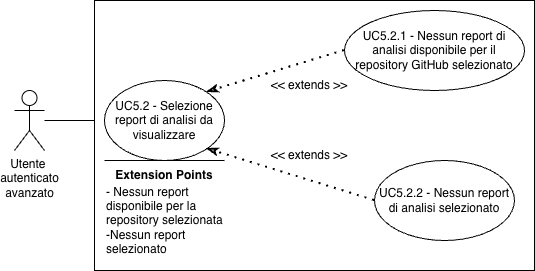
The draw.io diagram assets/diagrams/UC5_2.png in SkarabGroup/DocumentazioneProgetto, before a commit. Source tidied: cells renumbered, new cells last; positions are measured from the earlier drawing's top-left corner, leaving out a move shared by most shapes. The source it was exported from:
```xml
<mxGraphModel>
  <root>
    <mxCell id="0" />
    <mxCell id="1" parent="0" />
    <mxCell id="2" value="Utente&amp;nbsp;&lt;div&gt;autenticato&lt;/div&gt;&lt;div&gt;avanzato&lt;/div&gt;" style="shape=umlActor;verticalLabelPosition=bottom;verticalAlign=top;html=1;outlineConnect=0;" parent="1" vertex="1">
      <mxGeometry y="90" width="30" height="60" as="geometry" />
    </mxCell>
    <mxCell id="3" style="endArrow=none;html=1;rounded=0;entryX=0;entryY=0.5;entryDx=0;entryDy=0;" parent="1" edge="1" source="2">
      <mxGeometry relative="1" as="geometry">
        <mxPoint x="90" y="120" as="targetPoint" />
      </mxGeometry>
    </mxCell>
    <mxCell id="4" style="rounded=0;whiteSpace=wrap;html=1;" parent="1" vertex="1">
      <mxGeometry x="80" width="440" height="270" as="geometry" />
    </mxCell>
    <mxCell id="5" value="UC5.2 - Selezione report di analisi da visualizzare" style="ellipse;whiteSpace=wrap;html=1;" parent="1" vertex="1">
      <mxGeometry x="90" y="80" width="120" height="80" as="geometry" />
    </mxCell>
    <mxCell id="6" value="UC5.2.1 - Nessun report di analisi disponibile per il repository GitHub selezionato" style="ellipse;whiteSpace=wrap;html=1;" parent="1" vertex="1">
      <mxGeometry x="330" y="10" width="180" height="80" as="geometry" />
    </mxCell>
    <mxCell id="7" style="endArrow=classicThin;dashed=1;html=1;dashPattern=1 3;strokeWidth=2;rounded=0;entryX=1;entryY=0;entryDx=0;entryDy=0;exitX=0;exitY=0.5;exitDx=0;exitDy=0;endFill=0;startArrow=none;startFill=0;" parent="1" edge="1" source="6" target="5">
      <mxGeometry relative="1" as="geometry" />
    </mxCell>
    <mxCell id="8" value="&amp;lt;&amp;lt; extends &amp;gt;&amp;gt;" style="text;html=1;whiteSpace=wrap;strokeColor=none;fillColor=none;align=center;verticalAlign=middle;rounded=0;" parent="1" vertex="1">
      <mxGeometry x="250" y="70" width="90" height="30" as="geometry" />
    </mxCell>
    <mxCell id="9" value="&lt;b&gt;Extension Points&lt;/b&gt;" style="text;html=1;whiteSpace=wrap;strokeColor=none;fillColor=none;align=center;verticalAlign=middle;rounded=0;" parent="1" vertex="1">
      <mxGeometry x="90" y="160" width="120" height="30" as="geometry" />
    </mxCell>
    <mxCell id="10" style="endArrow=none;html=1;rounded=0;" parent="1" edge="1">
      <mxGeometry relative="1" as="geometry">
        <mxPoint x="90" y="160" as="sourcePoint" />
        <mxPoint x="210" y="160" as="targetPoint" />
      </mxGeometry>
    </mxCell>
    <mxCell id="11" value="- Nessun report disponibile per la repository selezionata&lt;div&gt;-Nessun report selezionato&lt;/div&gt;" style="text;html=1;whiteSpace=wrap;strokeColor=none;fillColor=none;align=left;verticalAlign=middle;rounded=0;" parent="1" vertex="1">
      <mxGeometry x="90" y="190" width="140" height="60" as="geometry" />
    </mxCell>
    <mxCell id="12" value="UC5.2.2 - Nessun report di analisi selezionato" style="ellipse;whiteSpace=wrap;html=1;" parent="1" vertex="1">
      <mxGeometry x="360" y="160" width="140" height="80" as="geometry" />
    </mxCell>
    <mxCell id="13" style="endArrow=classicThin;dashed=1;html=1;dashPattern=1 3;strokeWidth=2;rounded=0;entryX=1;entryY=1;entryDx=0;entryDy=0;endFill=0;startArrow=none;startFill=0;exitX=0;exitY=0.5;exitDx=0;exitDy=0;" parent="1" edge="1" source="12" target="5">
      <mxGeometry relative="1" as="geometry" />
    </mxCell>
    <mxCell id="14" value="&amp;lt;&amp;lt; extends &amp;gt;&amp;gt;" style="text;html=1;whiteSpace=wrap;strokeColor=none;fillColor=none;align=center;verticalAlign=middle;rounded=0;" parent="1" vertex="1">
      <mxGeometry x="250" y="140" width="90" height="30" as="geometry" />
    </mxCell>
  </root>
</mxGraphModel>
```
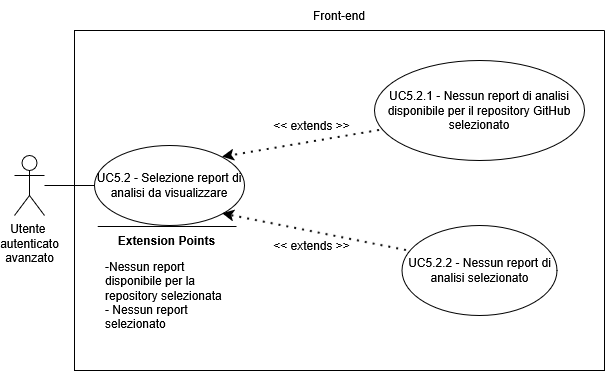
Above is the later version.

Change to the diagram source:
```diff
@@ -2,49 +2,50 @@
   <root>
     <mxCell id="0" />
     <mxCell id="1" parent="0" />
-    <mxCell id="2" value="Utente&amp;nbsp;&lt;div&gt;autenticato&lt;/div&gt;&lt;div&gt;avanzato&lt;/div&gt;" style="shape=umlActor;verticalLabelPosition=bottom;verticalAlign=top;html=1;outlineConnect=0;" parent="1" vertex="1">
+    <mxCell id="2" value="&lt;div&gt;Utente&amp;nbsp;&lt;/div&gt;&lt;div&gt;autenticato&lt;/div&gt;&lt;div&gt;avanzato&lt;/div&gt;" style="shape=umlActor;verticalLabelPosition=bottom;verticalAlign=top;html=1;outlineConnect=0;" parent="1" vertex="1">
       <mxGeometry y="90" width="30" height="60" as="geometry" />
     </mxCell>
-    <mxCell id="3" style="endArrow=none;html=1;rounded=0;entryX=0;entryY=0.5;entryDx=0;entryDy=0;" parent="1" edge="1" source="2">
-      <mxGeometry relative="1" as="geometry">
-        <mxPoint x="90" y="120" as="targetPoint" />
-      </mxGeometry>
-    </mxCell>
-    <mxCell id="4" style="rounded=0;whiteSpace=wrap;html=1;" parent="1" vertex="1">
-      <mxGeometry x="80" width="440" height="270" as="geometry" />
-    </mxCell>
+    <mxCell id="15" style="swimlane;startSize=0;" parent="1" vertex="1">
+      <mxGeometry x="60" y="-35" width="530" height="340" as="geometry" />
+    </mxCell>
-    <mxCell id="5" value="UC5.2 - Selezione report di analisi da visualizzare" style="ellipse;whiteSpace=wrap;html=1;" parent="1" vertex="1">
-      <mxGeometry x="90" y="80" width="120" height="80" as="geometry" />
+    <mxCell id="5" value="UC5.2 - Selezione report di analisi da visualizzare" style="ellipse;whiteSpace=wrap;html=1;" parent="15" vertex="1">
+      <mxGeometry x="20" y="115" width="150" height="80" as="geometry" />
     </mxCell>
-    <mxCell id="6" value="UC5.2.1 - Nessun report di analisi disponibile per il repository GitHub selezionato" style="ellipse;whiteSpace=wrap;html=1;" parent="1" vertex="1">
-      <mxGeometry x="330" y="10" width="180" height="80" as="geometry" />
+    <mxCell id="6" value="UC5.2.1 - Nessun report di analisi disponibile per il repository GitHub selezionato" style="ellipse;whiteSpace=wrap;html=1;" parent="15" vertex="1">
+      <mxGeometry x="300" y="30" width="210" height="100" as="geometry" />
     </mxCell>
-    <mxCell id="7" style="endArrow=classicThin;dashed=1;html=1;dashPattern=1 3;strokeWidth=2;rounded=0;entryX=1;entryY=0;entryDx=0;entryDy=0;exitX=0;exitY=0.5;exitDx=0;exitDy=0;endFill=0;startArrow=none;startFill=0;" parent="1" edge="1" source="6" target="5">
+    <mxCell id="7" style="endArrow=classic;dashed=1;html=1;dashPattern=1 3;strokeWidth=2;rounded=0;entryX=1;entryY=0;entryDx=0;entryDy=0;exitX=0.024;exitY=0.7;exitDx=0;exitDy=0;strokeColor=default;curved=0;endFill=1;endSize=6;exitPerimeter=0;" parent="15" edge="1" source="6" target="5">
       <mxGeometry relative="1" as="geometry" />
     </mxCell>
-    <mxCell id="8" value="&amp;lt;&amp;lt; extends &amp;gt;&amp;gt;" style="text;html=1;whiteSpace=wrap;strokeColor=none;fillColor=none;align=center;verticalAlign=middle;rounded=0;" parent="1" vertex="1">
-      <mxGeometry x="250" y="70" width="90" height="30" as="geometry" />
-    </mxCell>
-    <mxCell id="9" value="&lt;b&gt;Extension Points&lt;/b&gt;" style="text;html=1;whiteSpace=wrap;strokeColor=none;fillColor=none;align=center;verticalAlign=middle;rounded=0;" parent="1" vertex="1">
-      <mxGeometry x="90" y="160" width="120" height="30" as="geometry" />
-    </mxCell>
-    <mxCell id="10" style="endArrow=none;html=1;rounded=0;" parent="1" edge="1">
-      <mxGeometry relative="1" as="geometry">
-        <mxPoint x="90" y="160" as="sourcePoint" />
-        <mxPoint x="210" y="160" as="targetPoint" />
-      </mxGeometry>
-    </mxCell>
-    <mxCell id="11" value="- Nessun report disponibile per la repository selezionata&lt;div&gt;-Nessun report selezionato&lt;/div&gt;" style="text;html=1;whiteSpace=wrap;strokeColor=none;fillColor=none;align=left;verticalAlign=middle;rounded=0;" parent="1" vertex="1">
-      <mxGeometry x="90" y="190" width="140" height="60" as="geometry" />
-    </mxCell>
+    <mxCell id="16" value="&lt;div&gt;&amp;lt;&amp;lt; extends &amp;gt;&amp;gt;&lt;/div&gt;" style="text;html=1;whiteSpace=wrap;strokeColor=none;fillColor=none;align=center;verticalAlign=middle;rounded=0;" parent="15" vertex="1">
+      <mxGeometry x="190" y="80" width="95" height="30" as="geometry" />
+    </mxCell>
-    <mxCell id="12" value="UC5.2.2 - Nessun report di analisi selezionato" style="ellipse;whiteSpace=wrap;html=1;" parent="1" vertex="1">
-      <mxGeometry x="360" y="160" width="140" height="80" as="geometry" />
+    <mxCell id="12" value="UC5.2.2 - Nessun report di analisi selezionato" style="ellipse;whiteSpace=wrap;html=1;" parent="15" vertex="1">
+      <mxGeometry x="327.5" y="195" width="155" height="90" as="geometry" />
     </mxCell>
-    <mxCell id="13" style="endArrow=classicThin;dashed=1;html=1;dashPattern=1 3;strokeWidth=2;rounded=0;entryX=1;entryY=1;entryDx=0;entryDy=0;endFill=0;startArrow=none;startFill=0;exitX=0;exitY=0.5;exitDx=0;exitDy=0;" parent="1" edge="1" source="12" target="5">
+    <mxCell id="13" style="endArrow=classic;dashed=1;html=1;dashPattern=1 3;strokeWidth=2;rounded=0;entryX=1;entryY=1;entryDx=0;entryDy=0;exitX=0.029;exitY=0.278;exitDx=0;exitDy=0;strokeColor=default;curved=0;endFill=1;endSize=6;exitPerimeter=0;" parent="15" edge="1" source="12" target="5">
       <mxGeometry relative="1" as="geometry" />
     </mxCell>
-    <mxCell id="14" value="&amp;lt;&amp;lt; extends &amp;gt;&amp;gt;" style="text;html=1;whiteSpace=wrap;strokeColor=none;fillColor=none;align=center;verticalAlign=middle;rounded=0;" parent="1" vertex="1">
-      <mxGeometry x="250" y="140" width="90" height="30" as="geometry" />
-    </mxCell>
+    <mxCell id="17" value="&amp;lt;&amp;lt; extends &amp;gt;&amp;gt;" style="text;html=1;whiteSpace=wrap;strokeColor=none;fillColor=none;align=center;verticalAlign=middle;rounded=0;" parent="15" vertex="1">
+      <mxGeometry x="190" y="200" width="95" height="30" as="geometry" />
+    </mxCell>
+    <mxCell id="18" style="endArrow=none;html=1;rounded=0;" parent="15" edge="1">
+      <mxGeometry relative="1" as="geometry">
+        <mxPoint x="162" y="196" as="sourcePoint" />
+        <mxPoint x="23.2" y="196" as="targetPoint" />
+      </mxGeometry>
+    </mxCell>
+    <mxCell id="9" value="&lt;b&gt;Extension Points&lt;/b&gt;" style="text;html=1;whiteSpace=wrap;strokeColor=none;fillColor=none;align=center;verticalAlign=middle;rounded=0;strokeWidth=5;" parent="15" vertex="1">
+      <mxGeometry x="35" y="195" width="115" height="30" as="geometry" />
+    </mxCell>
+    <mxCell id="19" value="&lt;div align=&quot;left&quot;&gt;-Nessun report&amp;nbsp;&lt;/div&gt;&lt;div align=&quot;left&quot;&gt;disponibile per la&amp;nbsp;&lt;/div&gt;&lt;div align=&quot;left&quot;&gt;repository selezionata&lt;/div&gt;&lt;div align=&quot;left&quot;&gt;- Nessun report&amp;nbsp;&lt;/div&gt;&lt;div align=&quot;left&quot;&gt;selezionato&lt;/div&gt;" style="text;html=1;whiteSpace=wrap;strokeColor=none;fillColor=none;align=left;verticalAlign=middle;rounded=0;" parent="15" vertex="1">
+      <mxGeometry x="29" y="210" width="141" height="110" as="geometry" />
+    </mxCell>
+    <mxCell id="20" style="endArrow=none;html=1;rounded=0;entryX=0;entryY=0.5;entryDx=0;entryDy=0;" parent="1" edge="1" source="2" target="5">
+      <mxGeometry relative="1" as="geometry" />
+    </mxCell>
+    <mxCell id="21" value="Front-end" style="text;html=1;whiteSpace=wrap;strokeColor=none;fillColor=none;align=center;verticalAlign=middle;rounded=0;" parent="1" vertex="1">
+      <mxGeometry x="295" y="-65" width="60" height="30" as="geometry" />
+    </mxCell>
   </root>
 </mxGraphModel>
```
